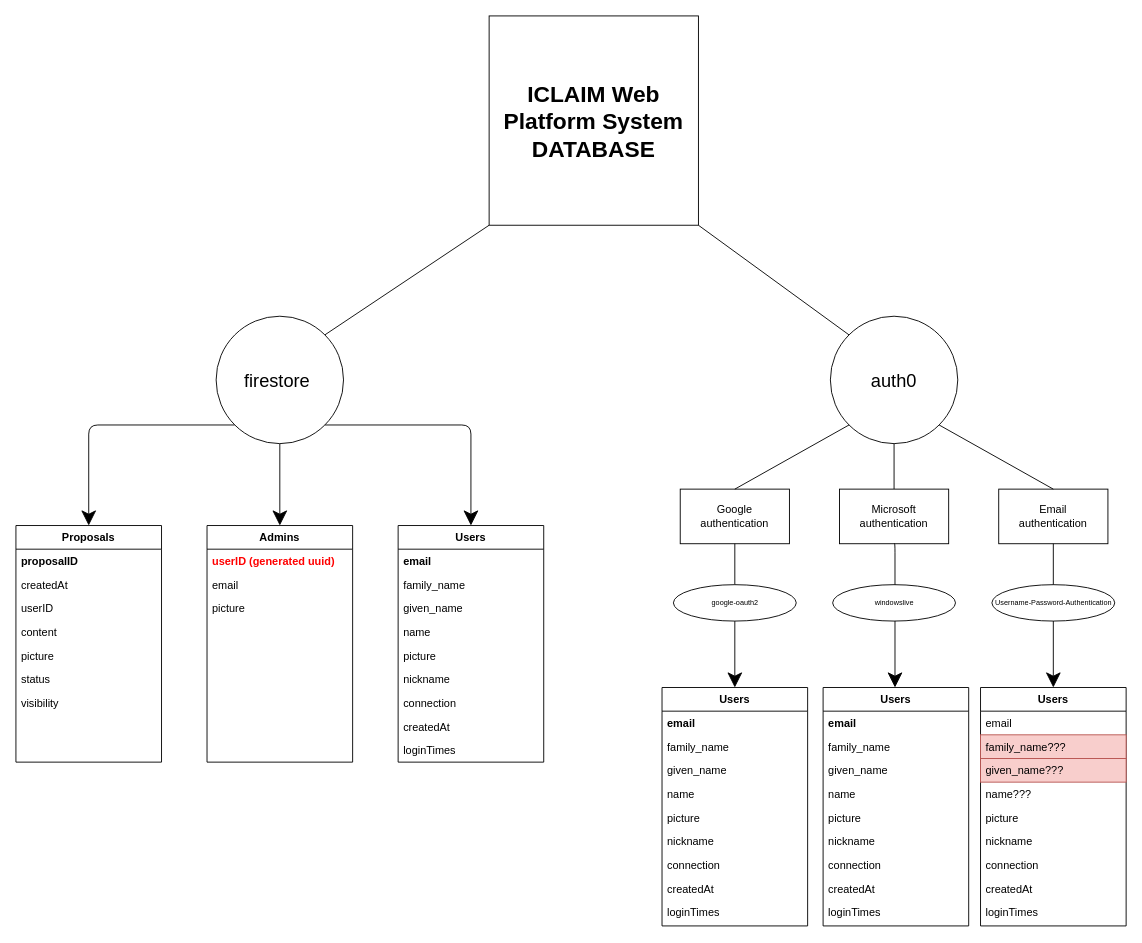
Earlier version of the draw.io diagram iCLAIM DB.drawio (AGEORGIOU4/Social-Mediators-Network). Source tidied: cells renumbered, new cells numbered last; positions are measured from the earlier drawing's top-left corner, leaving out a move shared by most shapes. Both pictures are drawn from the tidied source at 91%, with x=0, y=0 at pixel (15, 15).
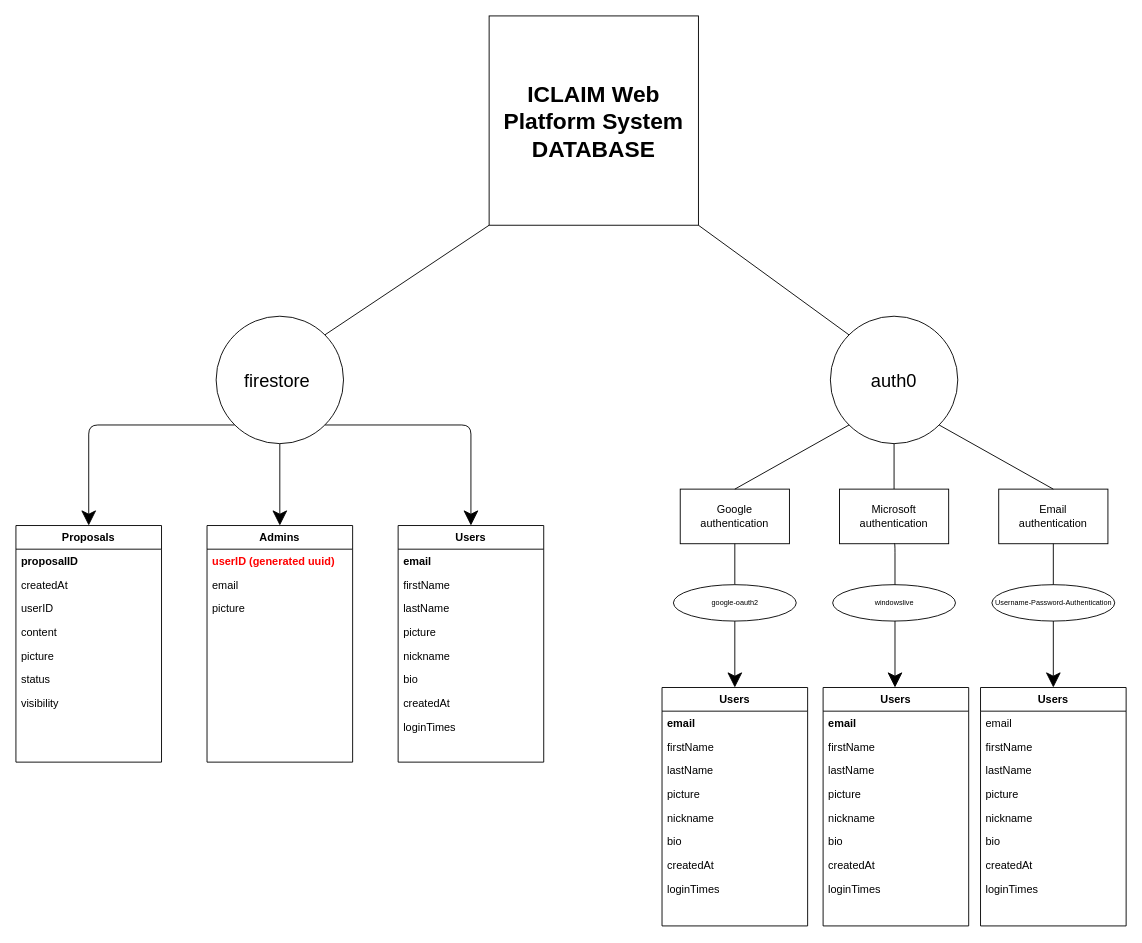
Above is the later version.

Unchanged cells that the change refers to:
```xml
<mxCell id="4" value="Users" style="swimlane;fontStyle=1;align=center;verticalAlign=top;horizontal=1;startSize=26;rounded=0;shadow=0;strokeWidth=1;" parent="1" vertex="1">
  <mxGeometry x="710" y="738" width="160" height="262" as="geometry" />
</mxCell>
<mxCell id="35" value="Users" style="swimlane;fontStyle=1;align=center;verticalAlign=top;horizontal=1;startSize=26;rounded=0;shadow=0;strokeWidth=1;" parent="1" vertex="1">
  <mxGeometry x="1060" y="738" width="160" height="262" as="geometry" />
</mxCell>
<mxCell id="49" value="Users" style="swimlane;fontStyle=1;align=center;verticalAlign=top;horizontal=1;startSize=26;rounded=0;shadow=0;strokeWidth=1;" parent="1" vertex="1">
  <mxGeometry x="887" y="738" width="160" height="262" as="geometry" />
</mxCell>
<mxCell id="59" value="Users" style="swimlane;fontStyle=1;align=center;verticalAlign=top;horizontal=1;startSize=26;rounded=0;shadow=0;strokeWidth=1;" parent="1" vertex="1">
  <mxGeometry x="420" y="560" width="160" height="260" as="geometry" />
</mxCell>
```

Diff of the diagram source:
```diff
@@
-    <mxCell id="6" value="family_name" style="text;align=left;verticalAlign=top;spacingLeft=4;spacingRight=4;overflow=hidden;rounded=0;shadow=0;html=0;" parent="4" vertex="1">
+    <mxCell id="6" value="firstName" style="text;align=left;verticalAlign=top;spacingLeft=4;spacingRight=4;overflow=hidden;rounded=0;shadow=0;html=0;" parent="4" vertex="1">
       <mxGeometry y="52" width="160" height="26" as="geometry" />
     </mxCell>
-    <mxCell id="7" value="given_name" style="text;align=left;verticalAlign=top;spacingLeft=4;spacingRight=4;overflow=hidden;rounded=0;shadow=0;html=0;" parent="4" vertex="1">
+    <mxCell id="7" value="lastName" style="text;align=left;verticalAlign=top;spacingLeft=4;spacingRight=4;overflow=hidden;rounded=0;shadow=0;html=0;" parent="4" vertex="1">
       <mxGeometry y="78" width="160" height="26" as="geometry" />
     </mxCell>
-    <mxCell id="8" value="name" style="text;align=left;verticalAlign=top;spacingLeft=4;spacingRight=4;overflow=hidden;rounded=0;shadow=0;html=0;" parent="4" vertex="1">
-      <mxGeometry y="104" width="160" height="26" as="geometry" />
-    </mxCell>
     <mxCell id="9" value="picture" style="text;align=left;verticalAlign=top;spacingLeft=4;spacingRight=4;overflow=hidden;rounded=0;shadow=0;html=0;" parent="4" vertex="1">
-      <mxGeometry y="130" width="160" height="26" as="geometry" />
+      <mxGeometry y="104" width="160" height="26" as="geometry" />
     </mxCell>
     <mxCell id="10" value="nickname" style="text;align=left;verticalAlign=top;spacingLeft=4;spacingRight=4;overflow=hidden;rounded=0;shadow=0;html=0;" parent="4" vertex="1">
-      <mxGeometry y="156" width="160" height="26" as="geometry" />
+      <mxGeometry y="130" width="160" height="26" as="geometry" />
     </mxCell>
-    <mxCell id="11" value="connection" style="text;align=left;verticalAlign=top;spacingLeft=4;spacingRight=4;overflow=hidden;rounded=0;shadow=0;html=0;" parent="4" vertex="1">
-      <mxGeometry y="182" width="160" height="26" as="geometry" />
+    <mxCell id="11" value="bio" style="text;align=left;verticalAlign=top;spacingLeft=4;spacingRight=4;overflow=hidden;rounded=0;shadow=0;html=0;" parent="4" vertex="1">
+      <mxGeometry y="156" width="160" height="26" as="geometry" />
     </mxCell>
     <mxCell id="12" value="createdAt" style="text;align=left;verticalAlign=top;spacingLeft=4;spacingRight=4;overflow=hidden;rounded=0;shadow=0;html=0;" parent="4" vertex="1">
-      <mxGeometry y="208" width="160" height="26" as="geometry" />
+      <mxGeometry y="182" width="160" height="26" as="geometry" />
     </mxCell>
     <mxCell id="13" value="loginTimes" style="text;align=left;verticalAlign=top;spacingLeft=4;spacingRight=4;overflow=hidden;rounded=0;shadow=0;html=0;" parent="4" vertex="1">
-      <mxGeometry y="234" width="160" height="26" as="geometry" />
+      <mxGeometry y="208" width="160" height="26" as="geometry" />
     </mxCell>
@@
-    <mxCell id="37" value="family_name???" style="text;align=left;verticalAlign=top;spacingLeft=4;spacingRight=4;overflow=hidden;rounded=0;shadow=0;html=0;fillColor=#f8cecc;strokeColor=#b85450;" parent="35" vertex="1">
+    <mxCell id="37" value="firstName" style="text;align=left;verticalAlign=top;spacingLeft=4;spacingRight=4;overflow=hidden;rounded=0;shadow=0;html=0;" parent="35" vertex="1">
       <mxGeometry y="52" width="160" height="26" as="geometry" />
     </mxCell>
-    <mxCell id="38" value="given_name???" style="text;align=left;verticalAlign=top;spacingLeft=4;spacingRight=4;overflow=hidden;rounded=0;shadow=0;html=0;fillColor=#f8cecc;strokeColor=#b85450;" parent="35" vertex="1">
+    <mxCell id="38" value="lastName" style="text;align=left;verticalAlign=top;spacingLeft=4;spacingRight=4;overflow=hidden;rounded=0;shadow=0;html=0;" parent="35" vertex="1">
       <mxGeometry y="78" width="160" height="26" as="geometry" />
     </mxCell>
-    <mxCell id="39" value="name???" style="text;align=left;verticalAlign=top;spacingLeft=4;spacingRight=4;overflow=hidden;rounded=0;shadow=0;html=0;" parent="35" vertex="1">
-      <mxGeometry y="104" width="160" height="26" as="geometry" />
-    </mxCell>
     <mxCell id="40" value="picture" style="text;align=left;verticalAlign=top;spacingLeft=4;spacingRight=4;overflow=hidden;rounded=0;shadow=0;html=0;" parent="35" vertex="1">
-      <mxGeometry y="130" width="160" height="26" as="geometry" />
+      <mxGeometry y="104" width="160" height="26" as="geometry" />
     </mxCell>
     <mxCell id="41" value="nickname" style="text;align=left;verticalAlign=top;spacingLeft=4;spacingRight=4;overflow=hidden;rounded=0;shadow=0;html=0;" parent="35" vertex="1">
-      <mxGeometry y="156" width="160" height="26" as="geometry" />
+      <mxGeometry y="130" width="160" height="26" as="geometry" />
     </mxCell>
-    <mxCell id="42" value="connection" style="text;align=left;verticalAlign=top;spacingLeft=4;spacingRight=4;overflow=hidden;rounded=0;shadow=0;html=0;" parent="35" vertex="1">
-      <mxGeometry y="182" width="160" height="26" as="geometry" />
+    <mxCell id="42" value="bio" style="text;align=left;verticalAlign=top;spacingLeft=4;spacingRight=4;overflow=hidden;rounded=0;shadow=0;html=0;" parent="35" vertex="1">
+      <mxGeometry y="156" width="160" height="26" as="geometry" />
     </mxCell>
     <mxCell id="43" value="createdAt" style="text;align=left;verticalAlign=top;spacingLeft=4;spacingRight=4;overflow=hidden;rounded=0;shadow=0;html=0;" parent="35" vertex="1">
-      <mxGeometry y="208" width="160" height="26" as="geometry" />
+      <mxGeometry y="182" width="160" height="26" as="geometry" />
     </mxCell>
     <mxCell id="44" value="loginTimes" style="text;align=left;verticalAlign=top;spacingLeft=4;spacingRight=4;overflow=hidden;rounded=0;shadow=0;html=0;" parent="35" vertex="1">
-      <mxGeometry y="234" width="160" height="26" as="geometry" />
+      <mxGeometry y="208" width="160" height="26" as="geometry" />
     </mxCell>
@@
-    <mxCell id="51" value="family_name" style="text;align=left;verticalAlign=top;spacingLeft=4;spacingRight=4;overflow=hidden;rounded=0;shadow=0;html=0;" parent="49" vertex="1">
+    <mxCell id="51" value="firstName" style="text;align=left;verticalAlign=top;spacingLeft=4;spacingRight=4;overflow=hidden;rounded=0;shadow=0;html=0;" parent="49" vertex="1">
       <mxGeometry y="52" width="160" height="26" as="geometry" />
     </mxCell>
-    <mxCell id="52" value="given_name" style="text;align=left;verticalAlign=top;spacingLeft=4;spacingRight=4;overflow=hidden;rounded=0;shadow=0;html=0;" parent="49" vertex="1">
+    <mxCell id="52" value="lastName" style="text;align=left;verticalAlign=top;spacingLeft=4;spacingRight=4;overflow=hidden;rounded=0;shadow=0;html=0;" parent="49" vertex="1">
       <mxGeometry y="78" width="160" height="26" as="geometry" />
     </mxCell>
-    <mxCell id="53" value="name" style="text;align=left;verticalAlign=top;spacingLeft=4;spacingRight=4;overflow=hidden;rounded=0;shadow=0;html=0;" parent="49" vertex="1">
-      <mxGeometry y="104" width="160" height="26" as="geometry" />
-    </mxCell>
     <mxCell id="54" value="picture" style="text;align=left;verticalAlign=top;spacingLeft=4;spacingRight=4;overflow=hidden;rounded=0;shadow=0;html=0;" parent="49" vertex="1">
-      <mxGeometry y="130" width="160" height="26" as="geometry" />
+      <mxGeometry y="104" width="160" height="26" as="geometry" />
     </mxCell>
     <mxCell id="55" value="nickname" style="text;align=left;verticalAlign=top;spacingLeft=4;spacingRight=4;overflow=hidden;rounded=0;shadow=0;html=0;" parent="49" vertex="1">
-      <mxGeometry y="156" width="160" height="26" as="geometry" />
+      <mxGeometry y="130" width="160" height="26" as="geometry" />
     </mxCell>
-    <mxCell id="56" value="connection" style="text;align=left;verticalAlign=top;spacingLeft=4;spacingRight=4;overflow=hidden;rounded=0;shadow=0;html=0;" parent="49" vertex="1">
-      <mxGeometry y="182" width="160" height="26" as="geometry" />
+    <mxCell id="56" value="bio" style="text;align=left;verticalAlign=top;spacingLeft=4;spacingRight=4;overflow=hidden;rounded=0;shadow=0;html=0;" parent="49" vertex="1">
+      <mxGeometry y="156" width="160" height="26" as="geometry" />
     </mxCell>
     <mxCell id="57" value="createdAt" style="text;align=left;verticalAlign=top;spacingLeft=4;spacingRight=4;overflow=hidden;rounded=0;shadow=0;html=0;" parent="49" vertex="1">
-      <mxGeometry y="208" width="160" height="26" as="geometry" />
+      <mxGeometry y="182" width="160" height="26" as="geometry" />
     </mxCell>
     <mxCell id="58" value="loginTimes" style="text;align=left;verticalAlign=top;spacingLeft=4;spacingRight=4;overflow=hidden;rounded=0;shadow=0;html=0;" parent="49" vertex="1">
-      <mxGeometry y="234" width="160" height="26" as="geometry" />
+      <mxGeometry y="208" width="160" height="26" as="geometry" />
     </mxCell>
@@
-    <mxCell id="61" value="family_name" style="text;align=left;verticalAlign=top;spacingLeft=4;spacingRight=4;overflow=hidden;rounded=0;shadow=0;html=0;" parent="59" vertex="1">
+    <mxCell id="61" value="firstName" style="text;align=left;verticalAlign=top;spacingLeft=4;spacingRight=4;overflow=hidden;rounded=0;shadow=0;html=0;" parent="59" vertex="1">
       <mxGeometry y="52" width="160" height="26" as="geometry" />
     </mxCell>
-    <mxCell id="62" value="given_name" style="text;align=left;verticalAlign=top;spacingLeft=4;spacingRight=4;overflow=hidden;rounded=0;shadow=0;html=0;" parent="59" vertex="1">
+    <mxCell id="62" value="lastName" style="text;align=left;verticalAlign=top;spacingLeft=4;spacingRight=4;overflow=hidden;rounded=0;shadow=0;html=0;" parent="59" vertex="1">
       <mxGeometry y="78" width="160" height="26" as="geometry" />
     </mxCell>
-    <mxCell id="63" value="name" style="text;align=left;verticalAlign=top;spacingLeft=4;spacingRight=4;overflow=hidden;rounded=0;shadow=0;html=0;" parent="59" vertex="1">
-      <mxGeometry y="104" width="160" height="26" as="geometry" />
-    </mxCell>
     <mxCell id="64" value="picture" style="text;align=left;verticalAlign=top;spacingLeft=4;spacingRight=4;overflow=hidden;rounded=0;shadow=0;html=0;" parent="59" vertex="1">
-      <mxGeometry y="130" width="160" height="26" as="geometry" />
+      <mxGeometry y="104" width="160" height="26" as="geometry" />
     </mxCell>
     <mxCell id="65" value="nickname" style="text;align=left;verticalAlign=top;spacingLeft=4;spacingRight=4;overflow=hidden;rounded=0;shadow=0;html=0;" parent="59" vertex="1">
-      <mxGeometry y="156" width="160" height="26" as="geometry" />
+      <mxGeometry y="130" width="160" height="26" as="geometry" />
     </mxCell>
-    <mxCell id="66" value="connection" style="text;align=left;verticalAlign=top;spacingLeft=4;spacingRight=4;overflow=hidden;rounded=0;shadow=0;html=0;" parent="59" vertex="1">
-      <mxGeometry y="182" width="160" height="26" as="geometry" />
+    <mxCell id="66" value="bio" style="text;align=left;verticalAlign=top;spacingLeft=4;spacingRight=4;overflow=hidden;rounded=0;shadow=0;html=0;" parent="59" vertex="1">
+      <mxGeometry y="156" width="160" height="26" as="geometry" />
     </mxCell>
     <mxCell id="67" value="createdAt" style="text;align=left;verticalAlign=top;spacingLeft=4;spacingRight=4;overflow=hidden;rounded=0;shadow=0;html=0;" parent="59" vertex="1">
-      <mxGeometry y="208" width="160" height="26" as="geometry" />
+      <mxGeometry y="182" width="160" height="26" as="geometry" />
     </mxCell>
     <mxCell id="68" value="loginTimes" style="text;align=left;verticalAlign=top;spacingLeft=4;spacingRight=4;overflow=hidden;rounded=0;shadow=0;html=0;" parent="59" vertex="1">
-      <mxGeometry y="234" width="160" height="26" as="geometry" />
+      <mxGeometry y="208" width="160" height="26" as="geometry" />
     </mxCell>
```
